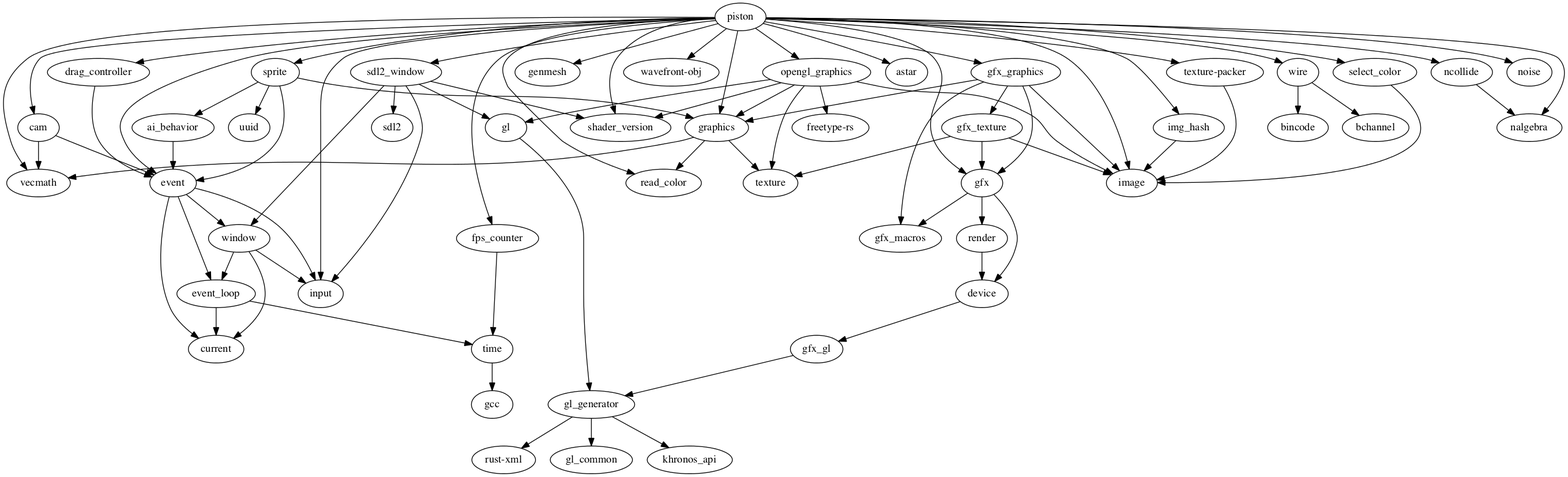
Before: Cargo.png, a diagram exported from Graphviz (PistonDevelopers/piston). Its source is kept beside it as Cargo.dot.
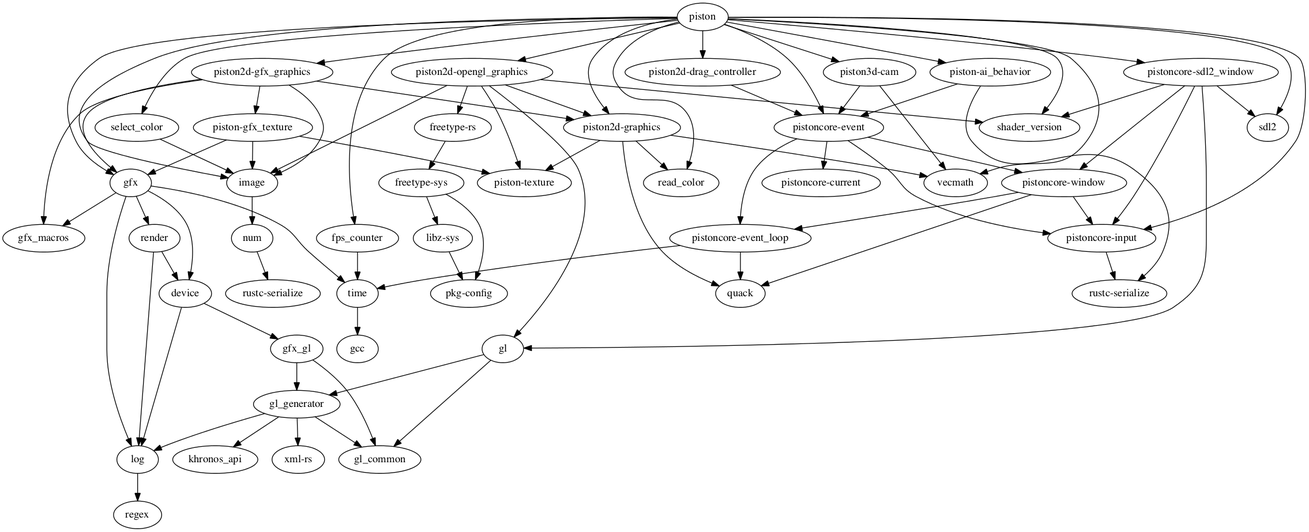
The same diagram one commit later.

Commit message:
Updated dependency graph

What changed in the source:
```diff
@@ -1,132 +1,128 @@
 digraph piston {
     N0[label="piston"];
-    N1[label="render"];
-    N2[label="device"];
-    N3[label="gfx"];
-    N4[label="gfx_macros"];
-    N5[label="gfx_graphics"];
-    N6[label="graphics"];
-    N7[label="gfx_texture"];
-    N8[label="image"];
-    N9[label="vecmath"];
-    N10[label="read_color"];
-    N11[label="texture"];
-    N12[label="freetype-rs"];
-    N13[label="gl"];
-    N14[label="gl_generator"];
-    N15[label="sprite"];
-    N16[label="event"];
-    N17[label="uuid"];
-    N18[label="ai_behavior"];
-    N19[label="sdl2_window"];
-    N20[label="genmesh"];
-    N21[label="fps_counter"];
-    N22[label="wavefront-obj"];
-    N23[label="cam"];
-    N24[label="wire"];
-    N25[label="astar"];
-    N26[label="input"];
-    N27[label="ncollide"];
-    N28[label="opengl_graphics"];
-    N29[label="shader_version"];
-    N30[label="nalgebra"];
-    N31[label="drag_controller"];
-    N32[label="img_hash"];
-    N33[label="texture-packer"];
-    N34[label="noise"];
-    N35[label="select_color"];
-    N36[label="current"];
-    N37[label="gcc"];
-    N38[label="window"];
-    N39[label="event_loop"];
-    N40[label="gfx_gl"];
-    N41[label="sdl2"];
-    N42[label="rust-xml"];
-    N43[label="bchannel"];
-    N44[label="gl_common"];
-    N45[label="khronos_api"];
-    N46[label="time"];
-    N47[label="bincode"];
-    N1 -> N2[label=""];
-    N3 -> N4[label=""];
-    N3 -> N1[label=""];
-    N3 -> N2[label=""];
-    N5 -> N6[label=""];
-    N5 -> N3[label=""];
-    N5 -> N4[label=""];
-    N5 -> N7[label=""];
-    N5 -> N8[label=""];
+    N1[label="read_color"];
+    N2[label="select_color"];
+    N3[label="image"];
+    N4[label="regex"];
+    N5[label="gfx_macros"];
+    N6[label="pistoncore-event"];
+    N7[label="pistoncore-current"];
+    N8[label="pistoncore-event_loop"];
+    N9[label="pistoncore-input"];
+    N10[label="pistoncore-window"];
+    N11[label="piston-gfx_texture"];
+    N12[label="piston-texture"];
+    N13[label="gfx"];
+    N14[label="gl_common"];
+    N15[label="vecmath"];
+    N16[label="gfx_gl"];
+    N17[label="gl_generator"];
+    N18[label="gl"];
+    N19[label="fps_counter"];
+    N20[label="time"];
+    N21[label="sdl2"];
+    N22[label="piston2d-opengl_graphics"];
+    N23[label="piston2d-graphics"];
+    N24[label="shader_version"];
+    N25[label="freetype-rs"];
+    N26[label="rustc-serialize"];
+    N27[label="rustc-serialize"];
+    N28[label="gcc"];
+    N29[label="piston-ai_behavior"];
+    N30[label="log"];
+    N31[label="device"];
+    N32[label="render"];
+    N33[label="num"];
+    N34[label="libz-sys"];
+    N35[label="pkg-config"];
+    N36[label="xml-rs"];
+    N37[label="piston2d-drag_controller"];
+    N38[label="pistoncore-sdl2_window"];
+    N39[label="piston2d-gfx_graphics"];
+    N40[label="piston3d-cam"];
+    N41[label="freetype-sys"];
+    N42[label="quack"];
+    N43[label="khronos_api"];
+    N2 -> N3[label=""];
+    N6 -> N7[label=""];
+    N6 -> N8[label=""];
     N6 -> N9[label=""];
     N6 -> N10[label=""];
-    N6 -> N11[label=""];
-    N13 -> N14[label=""];
-    N15 -> N16[label=""];
-    N15 -> N17[label=""];
-    N15 -> N18[label=""];
-    N15 -> N6[label=""];
+    N11 -> N12[label=""];
+    N11 -> N3[label=""];
+    N11 -> N13[label=""];
+    N16 -> N14[label=""];
+    N16 -> N17[label=""];
+    N18 -> N17[label=""];
+    N18 -> N14[label=""];
+    N19 -> N20[label=""];
+    N22 -> N23[label=""];
+    N22 -> N24[label=""];
+    N22 -> N25[label=""];
+    N22 -> N12[label=""];
+    N22 -> N3[label=""];
+    N22 -> N18[label=""];
+    N29 -> N6[label=""];
+    N29 -> N27[label=""];
+    N13 -> N5[label=""];
+    N13 -> N30[label=""];
+    N13 -> N31[label=""];
+    N13 -> N32[label=""];
+    N13 -> N20[label=""];
+    N20 -> N28[label=""];
+    N3 -> N33[label=""];
+    N34 -> N35[label=""];
+    N30 -> N4[label=""];
+    N37 -> N6[label=""];
+    N38 -> N10[label=""];
+    N38 -> N21[label=""];
+    N38 -> N24[label=""];
+    N38 -> N18[label=""];
+    N38 -> N9[label=""];
+    N39 -> N13[label=""];
+    N39 -> N3[label=""];
+    N39 -> N5[label=""];
+    N39 -> N23[label=""];
+    N39 -> N11[label=""];
+    N0 -> N29[label=""];
+    N0 -> N38[label=""];
+    N0 -> N22[label=""];
+    N0 -> N40[label=""];
+    N0 -> N6[label=""];
+    N0 -> N2[label=""];
+    N0 -> N21[label=""];
+    N0 -> N15[label=""];
+    N0 -> N9[label=""];
+    N0 -> N24[label=""];
+    N0 -> N13[label=""];
+    N0 -> N23[label=""];
+    N0 -> N19[label=""];
+    N0 -> N37[label=""];
+    N0 -> N1[label=""];
+    N0 -> N39[label=""];
     N0 -> N3[label=""];
-    N0 -> N19[label=""];
-    N0 -> N20[label=""];
-    N0 -> N21[label=""];
-    N0 -> N22[label=""];
-    N0 -> N15[label=""];
-    N0 -> N23[label=""];
-    N0 -> N8[label=""];
-    N0 -> N24[label=""];
-    N0 -> N25[label=""];
-    N0 -> N10[label=""];
-    N0 -> N9[label=""];
-    N0 -> N26[label=""];
-    N0 -> N27[label=""];
-    N0 -> N6[label=""];
-    N0 -> N28[label=""];
-    N0 -> N29[label=""];
-    N0 -> N5[label=""];
-    N0 -> N30[label=""];
-    N0 -> N31[label=""];
-    N0 -> N32[label=""];
-    N0 -> N33[label=""];
-    N0 -> N34[label=""];
-    N0 -> N35[label=""];
-    N0 -> N16[label=""];
-    N7 -> N3[label=""];
-    N7 -> N8[label=""];
-    N7 -> N11[label=""];
-    N28 -> N29[label=""];
-    N28 -> N13[label=""];
-    N28 -> N6[label=""];
-    N28 -> N8[label=""];
-    N28 -> N12[label=""];
-    N28 -> N11[label=""];
-    N38 -> N39[label=""];
-    N38 -> N36[label=""];
-    N38 -> N26[label=""];
-    N40 -> N14[label=""];
-    N33 -> N8[label=""];
-    N19 -> N41[label=""];
-    N19 -> N29[label=""];
-    N19 -> N38[label=""];
-    N19 -> N13[label=""];
-    N19 -> N26[label=""];
-    N16 -> N36[label=""];
-    N16 -> N39[label=""];
-    N16 -> N38[label=""];
-    N16 -> N26[label=""];
-    N18 -> N16[label=""];
-    N2 -> N40[label=""];
-    N35 -> N8[label=""];
-    N32 -> N8[label=""];
-    N14 -> N42[label=""];
-    N14 -> N44[label=""];
-    N14 -> N45[label=""];
-    N21 -> N46[label=""];
-    N46 -> N37[label=""];
+    N41 -> N35[label=""];
+    N41 -> N34[label=""];
+    N8 -> N20[label=""];
+    N8 -> N42[label=""];
+    N32 -> N30[label=""];
+    N32 -> N31[label=""];
+    N25 -> N41[label=""];
+    N9 -> N27[label=""];
     N31 -> N16[label=""];
-    N23 -> N16[label=""];
-    N23 -> N9[label=""];
-    N27 -> N30[label=""];
-    N39 -> N36[label=""];
-    N39 -> N46[label=""];
-    N24 -> N47[label=""];
-    N24 -> N43[label=""];
+    N31 -> N30[label=""];
+    N40 -> N6[label=""];
+    N40 -> N15[label=""];
+    N10 -> N8[label=""];
+    N10 -> N42[label=""];
+    N10 -> N9[label=""];
+    N17 -> N30[label=""];
+    N17 -> N43[label=""];
+    N17 -> N36[label=""];
+    N17 -> N14[label=""];
+    N23 -> N15[label=""];
+    N23 -> N42[label=""];
+    N23 -> N12[label=""];
+    N23 -> N1[label=""];
+    N33 -> N26[label=""];
 }
```
